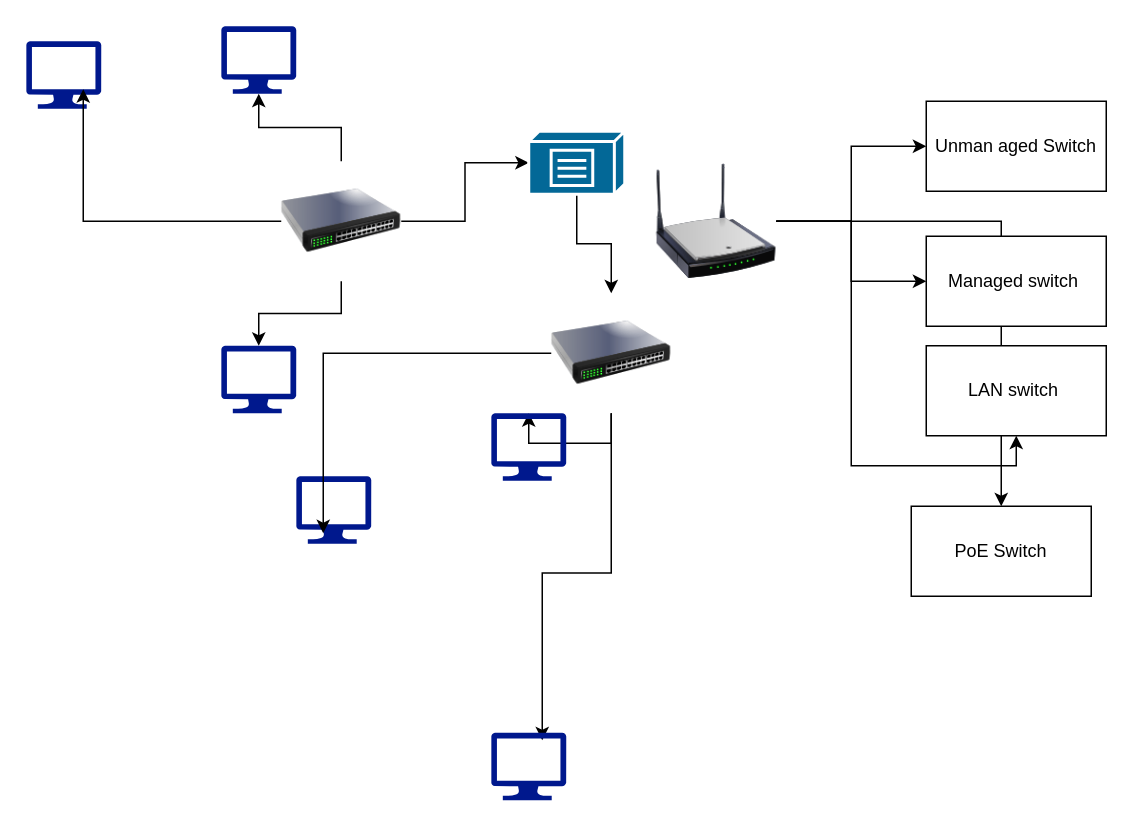
Above: page "Page-8" (8 of 10) of Untitled Diagram.drawio in rkudache31/k8s (draw.io), before the change. Source tidied: cells renumbered, new cells numbered last; positions are measured from the earlier drawing's top-left corner, leaving out a move shared by most shapes. Both pictures are drawn from the tidied source at 150%, with x=0, y=0 at pixel (26, 26).
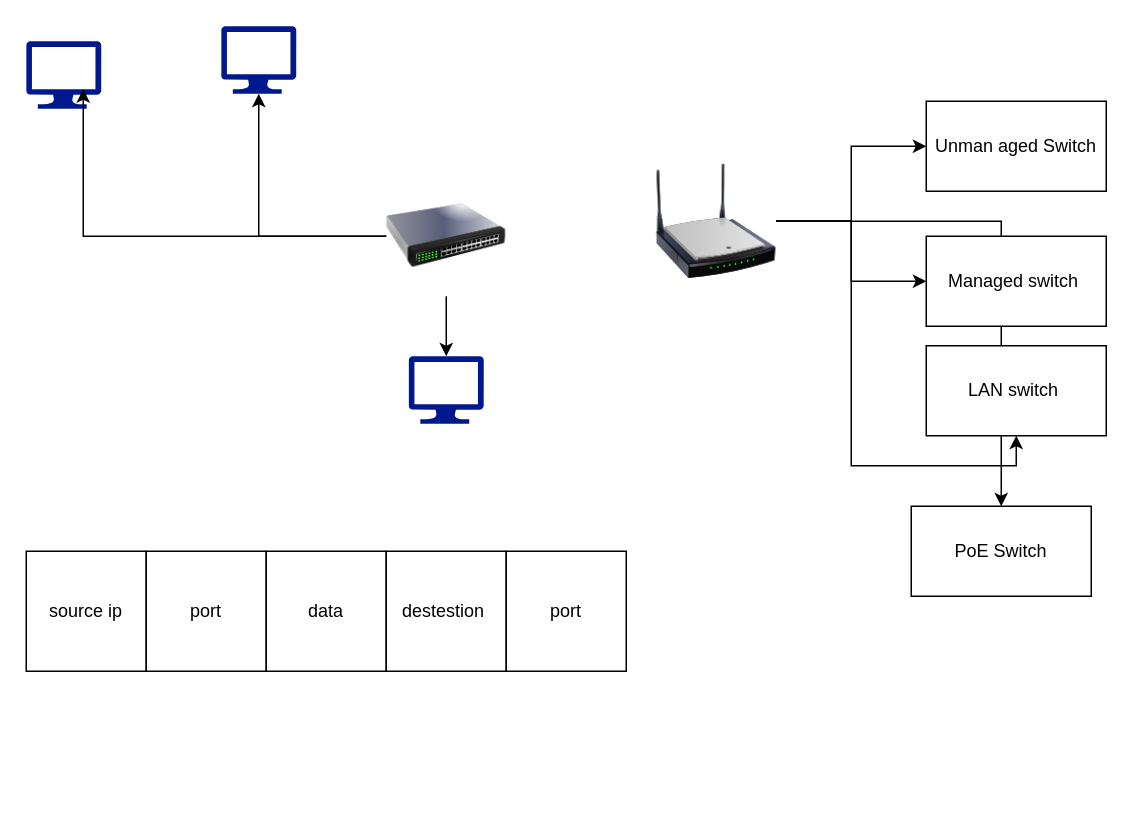
After the change.

What changed in the source:
```diff
@@
-    <mxCell id="6" style="edgeStyle=orthogonalEdgeStyle;rounded=0;jettySize=auto;html=1;" parent="1" edge="1" source="7" target="20">
-      <mxGeometry relative="1" as="geometry" />
-    </mxCell>
     <mxCell id="7" style="image;html=1;image=img/lib/clip_art/networking/Switch_128x128.png;" parent="1" vertex="1">
-      <mxGeometry x="170" y="90" width="80" height="80" as="geometry" />
+      <mxGeometry x="240" y="100" width="80" height="80" as="geometry" />
     </mxCell>
@@
     <mxCell id="9" style="sketch=0;shadow=0;dashed=0;html=1;strokeColor=none;labelPosition=center;verticalLabelPosition=bottom;verticalAlign=top;align=center;fillColor=#00188D;shape=mxgraph.azure.computer;" parent="1" vertex="1">
-      <mxGeometry x="130" y="213" width="50" height="45" as="geometry" />
+      <mxGeometry x="255" y="220" width="50" height="45" as="geometry" />
     </mxCell>
@@
-    <mxCell id="19" style="edgeStyle=orthogonalEdgeStyle;rounded=0;jettySize=auto;html=1;" parent="1" edge="1" source="20" target="25">
-      <mxGeometry relative="1" as="geometry" />
-    </mxCell>
-    <mxCell id="20" style="shape=mxgraph.cisco.misc.repeater;html=1;dashed=0;fillColor=#036897;strokeColor=#ffffff;strokeWidth=2;verticalLabelPosition=bottom;verticalAlign=top;align=center;outlineConnect=0;" parent="1" vertex="1">
-      <mxGeometry x="335" y="70" width="64" height="42" as="geometry" />
-    </mxCell>
-    <mxCell id="21" style="sketch=0;shadow=0;dashed=0;html=1;strokeColor=none;labelPosition=center;verticalLabelPosition=bottom;verticalAlign=top;align=center;fillColor=#00188D;shape=mxgraph.azure.computer;" parent="1" vertex="1">
-      <mxGeometry x="180" y="300" width="50" height="45" as="geometry" />
-    </mxCell>
-    <mxCell id="22" style="edgeStyle=orthogonalEdgeStyle;rounded=0;jettySize=auto;html=1;" parent="1" edge="1" source="25" target="26">
-      <mxGeometry relative="1" as="geometry" />
-    </mxCell>
-    <mxCell id="23" style="edgeStyle=orthogonalEdgeStyle;rounded=0;jettySize=auto;html=1;entryX=0.36;entryY=0.844;entryDx=0;entryDy=0;entryPerimeter=0;" parent="1" edge="1" source="25" target="21">
-      <mxGeometry relative="1" as="geometry" />
-    </mxCell>
-    <mxCell id="24" style="edgeStyle=orthogonalEdgeStyle;rounded=0;jettySize=auto;html=1;entryX=0.68;entryY=0.111;entryDx=0;entryDy=0;entryPerimeter=0;" parent="1" edge="1" source="25" target="27">
-      <mxGeometry relative="1" as="geometry" />
-    </mxCell>
-    <mxCell id="25" style="image;html=1;image=img/lib/clip_art/networking/Switch_128x128.png;" parent="1" vertex="1">
-      <mxGeometry x="350" y="178" width="80" height="80" as="geometry" />
-    </mxCell>
-    <mxCell id="26" style="sketch=0;shadow=0;dashed=0;html=1;strokeColor=none;labelPosition=center;verticalLabelPosition=bottom;verticalAlign=top;align=center;fillColor=#00188D;shape=mxgraph.azure.computer;" parent="1" vertex="1">
-      <mxGeometry x="310" y="258" width="50" height="45" as="geometry" />
-    </mxCell>
-    <mxCell id="27" style="sketch=0;shadow=0;dashed=0;html=1;strokeColor=none;labelPosition=center;verticalLabelPosition=bottom;verticalAlign=top;align=center;fillColor=#00188D;shape=mxgraph.azure.computer;" parent="1" vertex="1">
-      <mxGeometry x="310" y="471" width="50" height="45" as="geometry" />
-    </mxCell>
+    <mxCell id="28" value="source ip" style="whiteSpace=wrap;html=1;" parent="1" vertex="1">
+      <mxGeometry y="350" width="80" height="80" as="geometry" />
+    </mxCell>
+    <mxCell id="29" value="port" style="whiteSpace=wrap;html=1;" parent="1" vertex="1">
+      <mxGeometry x="80" y="350" width="80" height="80" as="geometry" />
+    </mxCell>
+    <mxCell id="30" value="data" style="whiteSpace=wrap;html=1;" parent="1" vertex="1">
+      <mxGeometry x="160" y="350" width="80" height="80" as="geometry" />
+    </mxCell>
+    <mxCell id="31" value="destestion&amp;nbsp;" style="whiteSpace=wrap;html=1;" parent="1" vertex="1">
+      <mxGeometry x="240" y="350" width="80" height="80" as="geometry" />
+    </mxCell>
+    <mxCell id="32" value="port" style="whiteSpace=wrap;html=1;" parent="1" vertex="1">
+      <mxGeometry x="320" y="350" width="80" height="80" as="geometry" />
+    </mxCell>
```
